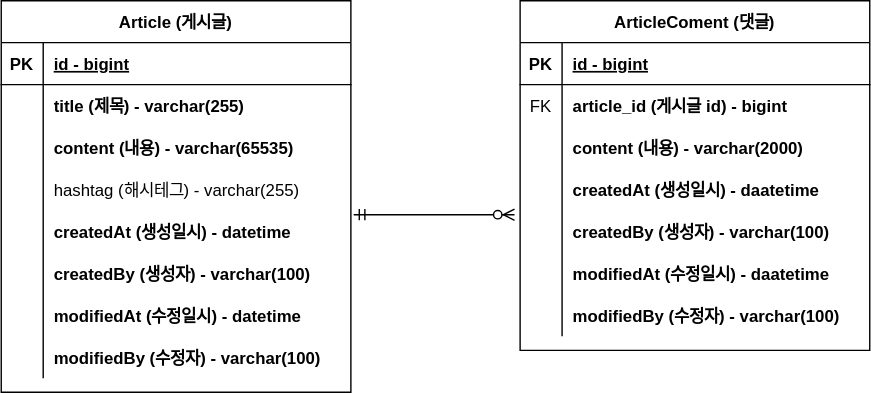
Before: document/project-board-erd.svg, a diagram exported from draw.io (godori93/board). Source tidied: cells renumbered, new cells last; positions are measured from the earlier drawing's top-left corner, leaving out a move shared by most shapes.
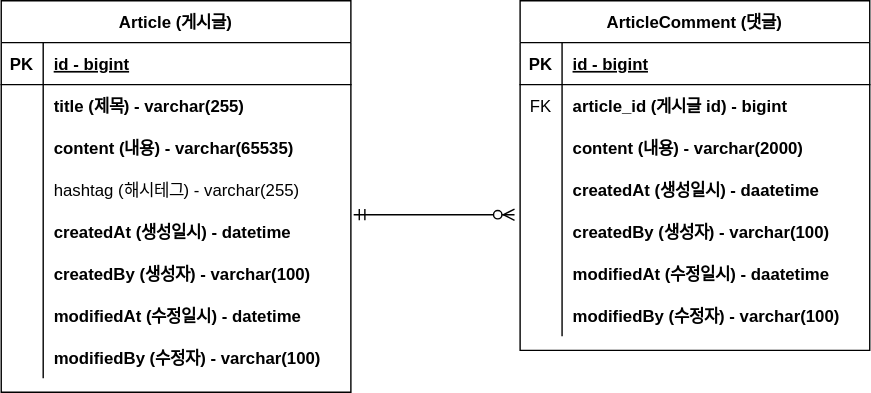
After the change.

Commit message:
#8 - ERD 오타수정 project-board-erd.svg

The edit, as a diff of the source:
```diff
@@ -77,7 +77,7 @@
     <mxCell id="26" value="modifiedBy (수정자) - varchar(100)" style="shape=partialRectangle;overflow=hidden;fillColor=none;top=0;left=0;bottom=0;right=0;align=left;spacingLeft=6;fontStyle=1;" parent="24" vertex="1">
       <mxGeometry x="30" width="220" height="30" as="geometry" />
     </mxCell>
-    <mxCell id="27" value="ArticleComent (댓글)" style="shape=table;startSize=30;rowLines=0;fontStyle=1;align=center;" parent="1" vertex="1">
+    <mxCell id="27" value="ArticleComment (댓글)" style="shape=table;startSize=30;rowLines=0;fontStyle=1;align=center;" parent="1" vertex="1">
       <mxGeometry x="371" width="250" height="250" as="geometry" />
     </mxCell>
     <mxCell id="28" style="shape=partialRectangle;fillColor=none;top=0;left=0;right=0;bottom=1;" parent="27" vertex="1">
```
